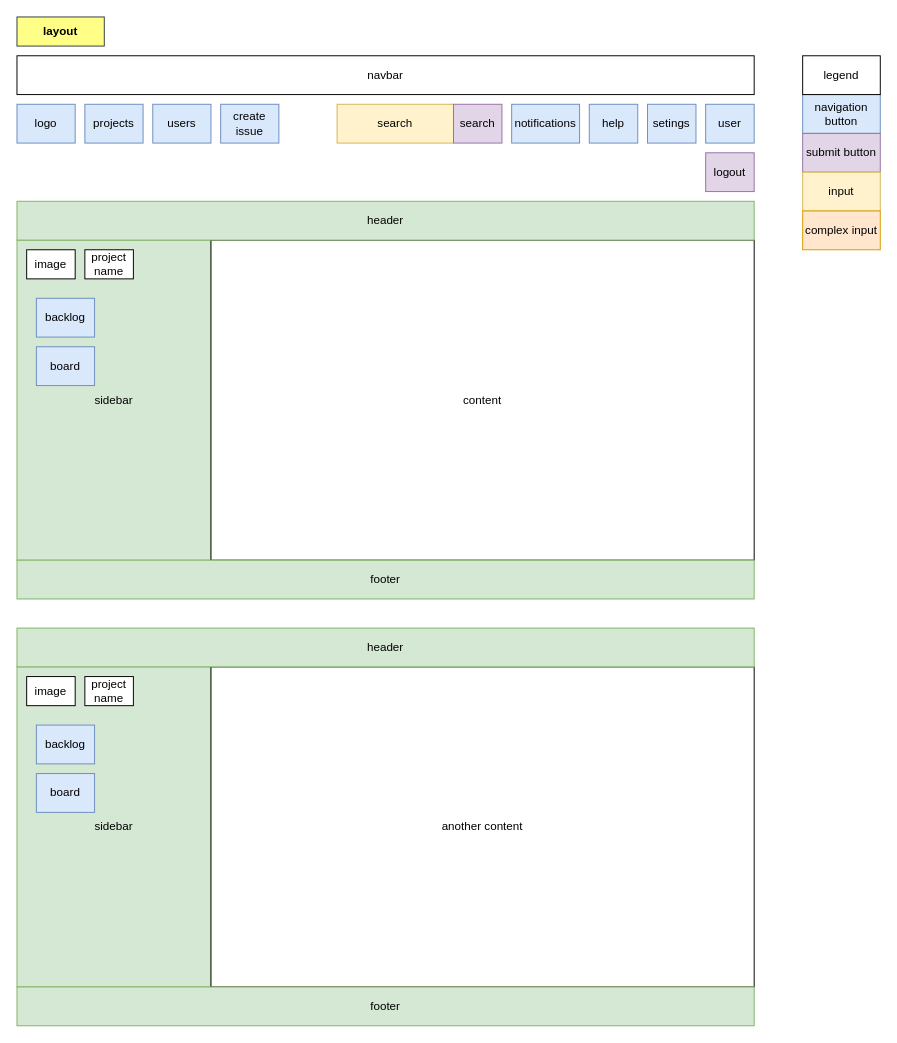
cosminbucur/final-ro23 keeps this draw.io diagram as page "layout" (1 of 5) of docs/2 design/design sample.drawio. Above is the earlier version. Source tidied: cells renumbered, new cells numbered last; positions are measured from the earlier drawing's top-left corner, leaving out a move shared by most shapes. Both pictures are drawn from the tidied source at 97%, with x=0, y=0 at pixel (16, 16).
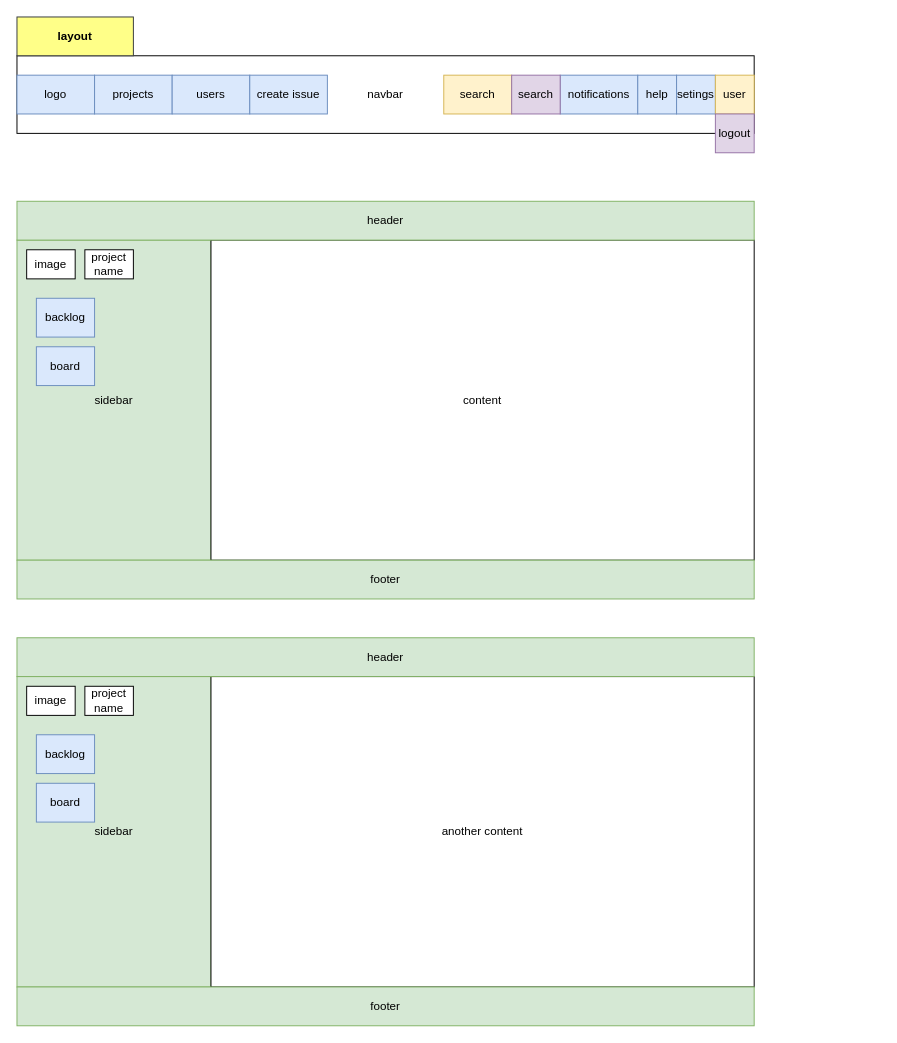
Above is the later version.

Change to the diagram source:
```diff
@@
     <mxCell id="2" value="navbar" style="rounded=0;whiteSpace=wrap;html=1;" parent="1" vertex="1">
-      <mxGeometry y="40" width="760" height="40" as="geometry" />
+      <mxGeometry y="40" width="760" height="80" as="geometry" />
     </mxCell>
     <mxCell id="3" value="search" style="rounded=0;whiteSpace=wrap;html=1;fillColor=#fff2cc;strokeColor=#d6b656;" parent="1" vertex="1">
-      <mxGeometry x="330" y="90" width="120" height="40" as="geometry" />
+      <mxGeometry x="440" y="60" width="70" height="40" as="geometry" />
     </mxCell>
     <mxCell id="4" value="notifications" style="rounded=0;whiteSpace=wrap;html=1;fillColor=#dae8fc;strokeColor=#6c8ebf;" parent="1" vertex="1">
-      <mxGeometry x="510" y="90" width="70" height="40" as="geometry" />
+      <mxGeometry x="560" y="60" width="80" height="40" as="geometry" />
     </mxCell>
     <mxCell id="5" value="help" style="rounded=0;whiteSpace=wrap;html=1;fillColor=#dae8fc;strokeColor=#6c8ebf;" parent="1" vertex="1">
-      <mxGeometry x="590" y="90" width="50" height="40" as="geometry" />
+      <mxGeometry x="640" y="60" width="40" height="40" as="geometry" />
     </mxCell>
     <mxCell id="6" value="setings" style="rounded=0;whiteSpace=wrap;html=1;fillColor=#dae8fc;strokeColor=#6c8ebf;" parent="1" vertex="1">
-      <mxGeometry x="650" y="90" width="50" height="40" as="geometry" />
+      <mxGeometry x="680" y="60" width="40" height="40" as="geometry" />
     </mxCell>
-    <mxCell id="7" value="user" style="rounded=0;whiteSpace=wrap;html=1;fillColor=#dae8fc;strokeColor=#6c8ebf;" parent="1" vertex="1">
-      <mxGeometry x="710" y="90" width="50" height="40" as="geometry" />
+    <mxCell id="7" value="user" style="rounded=0;whiteSpace=wrap;html=1;fillColor=#fff2cc;strokeColor=#d6b656;" parent="1" vertex="1">
+      <mxGeometry x="720" y="60" width="40" height="40" as="geometry" />
     </mxCell>
     <mxCell id="8" value="logout" style="rounded=0;whiteSpace=wrap;html=1;fillColor=#e1d5e7;strokeColor=#9673a6;" parent="1" vertex="1">
-      <mxGeometry x="710" y="140" width="50" height="40" as="geometry" />
+      <mxGeometry x="720" y="100" width="40" height="40" as="geometry" />
     </mxCell>
     <mxCell id="9" value="logo" style="rounded=0;whiteSpace=wrap;html=1;fillColor=#dae8fc;strokeColor=#6c8ebf;" parent="1" vertex="1">
-      <mxGeometry y="90" width="60" height="40" as="geometry" />
+      <mxGeometry y="60" width="80" height="40" as="geometry" />
     </mxCell>
     <mxCell id="10" value="projects" style="rounded=0;whiteSpace=wrap;html=1;fillColor=#dae8fc;strokeColor=#6c8ebf;" parent="1" vertex="1">
-      <mxGeometry x="70" y="90" width="60" height="40" as="geometry" />
+      <mxGeometry x="80" y="60" width="80" height="40" as="geometry" />
     </mxCell>
     <mxCell id="11" value="users" style="rounded=0;whiteSpace=wrap;html=1;fillColor=#dae8fc;strokeColor=#6c8ebf;" parent="1" vertex="1">
-      <mxGeometry x="140" y="90" width="60" height="40" as="geometry" />
+      <mxGeometry x="160" y="60" width="80" height="40" as="geometry" />
     </mxCell>
@@
     <mxCell id="14" value="create issue" style="rounded=0;whiteSpace=wrap;html=1;fillColor=#dae8fc;strokeColor=#6c8ebf;" parent="1" vertex="1">
-      <mxGeometry x="210" y="90" width="60" height="40" as="geometry" />
+      <mxGeometry x="240" y="60" width="80" height="40" as="geometry" />
     </mxCell>
@@
     <mxCell id="19" value="search" style="rounded=0;whiteSpace=wrap;html=1;fillColor=#e1d5e7;strokeColor=#9673a6;" parent="1" vertex="1">
-      <mxGeometry x="450" y="90" width="50" height="40" as="geometry" />
+      <mxGeometry x="510" y="60" width="50" height="40" as="geometry" />
     </mxCell>
     <mxCell id="20" value="layout" style="rounded=0;whiteSpace=wrap;html=1;fillColor=#ffff88;strokeColor=#36393d;fontStyle=1;" parent="1" vertex="1">
-      <mxGeometry width="90" height="30" as="geometry" />
+      <mxGeometry width="120" height="40" as="geometry" />
     </mxCell>
-    <mxCell id="21" value="navigation button" style="rounded=0;whiteSpace=wrap;html=1;fillColor=#dae8fc;strokeColor=#6c8ebf;" parent="1" vertex="1">
-      <mxGeometry x="810" y="80" width="80" height="40" as="geometry" />
-    </mxCell>
-    <mxCell id="22" value="submit button" style="rounded=0;whiteSpace=wrap;html=1;fillColor=#e1d5e7;strokeColor=#9673a6;" parent="1" vertex="1">
-      <mxGeometry x="810" y="120" width="80" height="40" as="geometry" />
-    </mxCell>
-    <mxCell id="23" value="input" style="rounded=0;whiteSpace=wrap;html=1;fillColor=#fff2cc;strokeColor=#d6b656;" parent="1" vertex="1">
-      <mxGeometry x="810" y="160" width="80" height="40" as="geometry" />
-    </mxCell>
-    <mxCell id="24" value="complex input" style="rounded=0;whiteSpace=wrap;html=1;fillColor=#ffe6cc;strokeColor=#d79b00;" parent="1" vertex="1">
-      <mxGeometry x="810" y="200" width="80" height="40" as="geometry" />
-    </mxCell>
-    <mxCell id="25" value="legend" style="rounded=0;whiteSpace=wrap;html=1;" parent="1" vertex="1">
-      <mxGeometry x="810" y="40" width="80" height="40" as="geometry" />
-    </mxCell>
@@
     <mxCell id="28" value="sidebar" style="rounded=0;whiteSpace=wrap;html=1;fillColor=#d5e8d4;strokeColor=#82b366;" parent="1" vertex="1">
-      <mxGeometry y="670" width="200" height="330" as="geometry" />
+      <mxGeometry y="680" width="200" height="320" as="geometry" />
     </mxCell>
     <mxCell id="29" value="another content" style="rounded=0;whiteSpace=wrap;html=1;" parent="1" vertex="1">
-      <mxGeometry x="200" y="670" width="560" height="330" as="geometry" />
+      <mxGeometry x="200" y="680" width="560" height="320" as="geometry" />
     </mxCell>
     <mxCell id="30" value="board" style="rounded=0;whiteSpace=wrap;html=1;fillColor=#dae8fc;strokeColor=#6c8ebf;" parent="1" vertex="1">
-      <mxGeometry x="20" y="780" width="60" height="40" as="geometry" />
+      <mxGeometry x="20" y="790" width="60" height="40" as="geometry" />
     </mxCell>
     <mxCell id="31" value="backlog" style="rounded=0;whiteSpace=wrap;html=1;fillColor=#dae8fc;strokeColor=#6c8ebf;" parent="1" vertex="1">
-      <mxGeometry x="20" y="730" width="60" height="40" as="geometry" />
+      <mxGeometry x="20" y="740" width="60" height="40" as="geometry" />
     </mxCell>
     <mxCell id="32" value="image" style="rounded=0;whiteSpace=wrap;html=1;" parent="1" vertex="1">
-      <mxGeometry x="10" y="680" width="50" height="30" as="geometry" />
+      <mxGeometry x="10" y="690" width="50" height="30" as="geometry" />
     </mxCell>
     <mxCell id="33" value="project name" style="rounded=0;whiteSpace=wrap;html=1;" parent="1" vertex="1">
-      <mxGeometry x="70" y="680" width="50" height="30" as="geometry" />
+      <mxGeometry x="70" y="690" width="50" height="30" as="geometry" />
     </mxCell>
     <mxCell id="34" value="header" style="rounded=0;whiteSpace=wrap;html=1;fillColor=#d5e8d4;strokeColor=#82b366;" parent="1" vertex="1">
-      <mxGeometry y="630" width="760" height="40" as="geometry" />
+      <mxGeometry y="640" width="760" height="40" as="geometry" />
     </mxCell>
```
